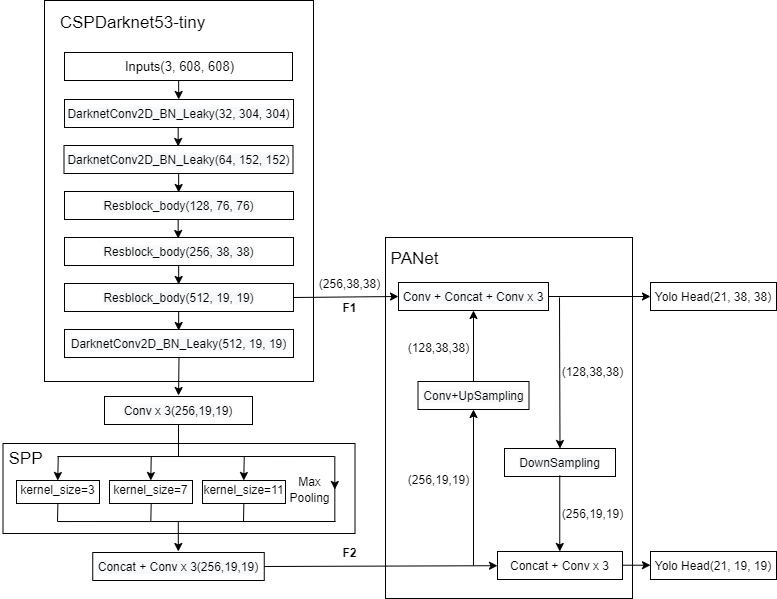
Earlier version of the draw.io export YOLO-TINY-CHANGE.png (zjie134/blog_pic). Source tidied: cells renumbered, new cells last; positions are measured from the earlier drawing's top-left corner, leaving out a move shared by most shapes.
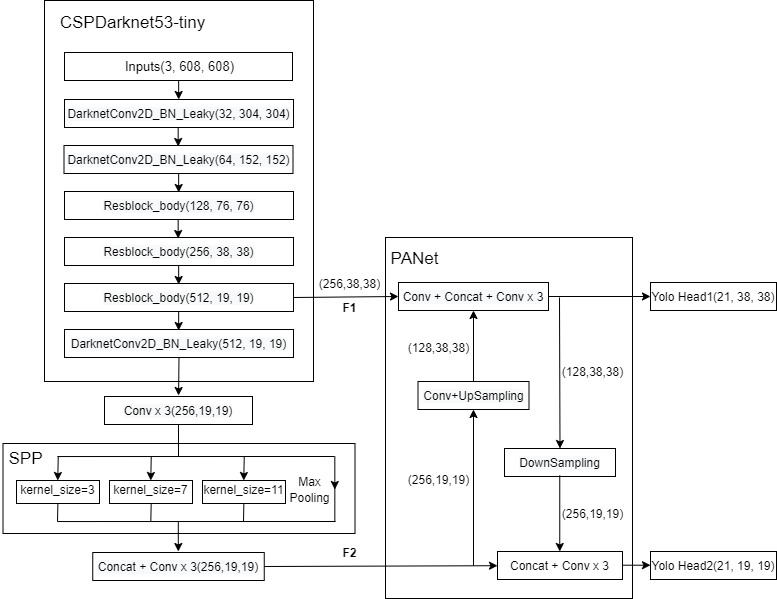
After the change.

The edit, as a diff of the source:
```diff
@@ -176,10 +176,10 @@
         <mxPoint x="650" y="564.7" as="targetPoint" />
       </mxGeometry>
     </mxCell>
-    <mxCell id="43" value="&lt;font face=&quot;helvetica&quot; style=&quot;font-size: 11px&quot;&gt;Yolo Head(21, 38, 38)&lt;/font&gt;" style="rounded=0;whiteSpace=wrap;html=1;strokeWidth=1;fontSize=7;" parent="1" vertex="1">
+    <mxCell id="43" value="&lt;font face=&quot;helvetica&quot; style=&quot;font-size: 11px&quot;&gt;Yolo Head1(21, 38, 38)&lt;/font&gt;" style="rounded=0;whiteSpace=wrap;html=1;strokeWidth=1;fontSize=7;" parent="1" vertex="1">
       <mxGeometry x="650" y="282" width="126" height="28" as="geometry" />
     </mxCell>
-    <mxCell id="44" value="&lt;font face=&quot;helvetica&quot; style=&quot;font-size: 11px&quot;&gt;Yolo Head(21, 19, 19)&lt;/font&gt;" style="rounded=0;whiteSpace=wrap;html=1;strokeWidth=1;fontSize=7;" parent="1" vertex="1">
+    <mxCell id="44" value="&lt;font face=&quot;helvetica&quot; style=&quot;font-size: 11px&quot;&gt;Yolo Head2(21, 19, 19)&lt;/font&gt;" style="rounded=0;whiteSpace=wrap;html=1;strokeWidth=1;fontSize=7;" parent="1" vertex="1">
       <mxGeometry x="650" y="551" width="126" height="28" as="geometry" />
     </mxCell>
     <mxCell id="45" value="(256,38,38)" style="text;html=1;align=center;verticalAlign=middle;fillColor=none;strokeColor=none;rounded=0;" parent="1" vertex="1">
```
